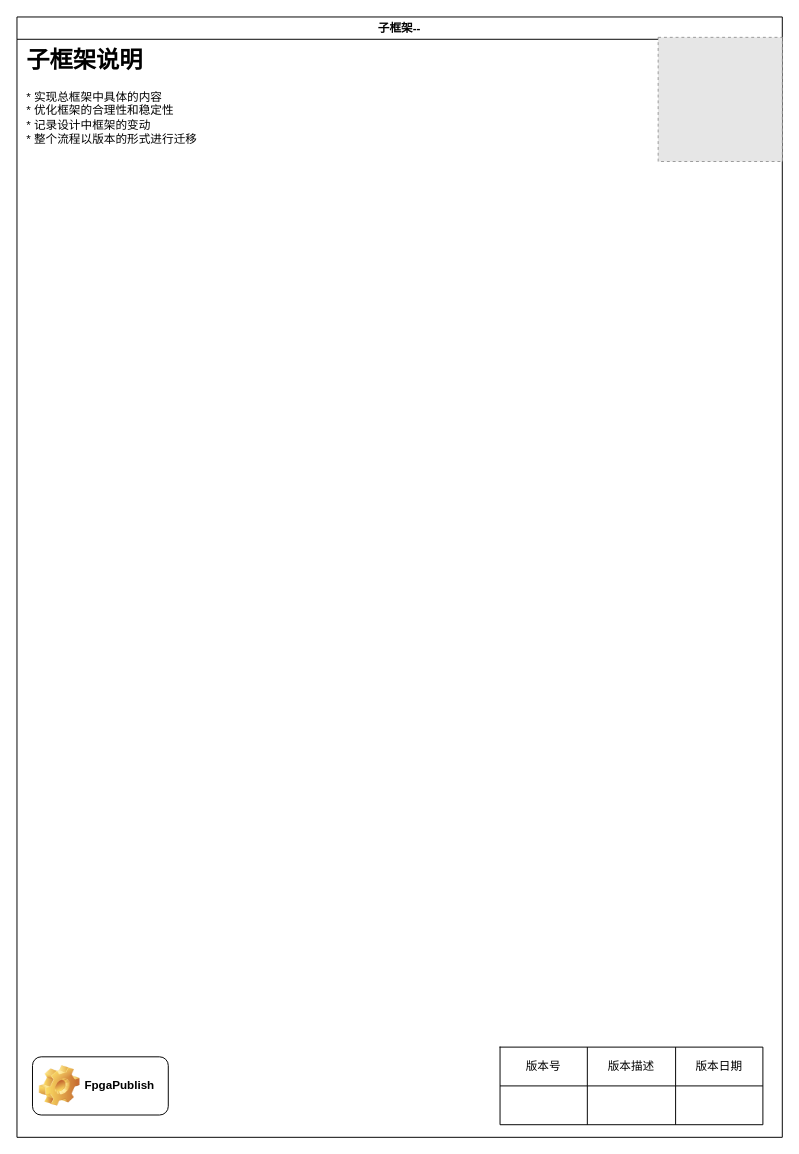
Above: page "子框架1--算法开发" (2 of 3) of smart_eye_exec_flow/smart_eye_flow_manual.drawio in FpgaPublish/k2_smart_eye (draw.io), before the change. Source tidied: cells renumbered, new cells numbered last; positions are measured from the earlier drawing's top-left corner, leaving out a move shared by most shapes. Both pictures are drawn from the tidied source at 97%, with x=0, y=0 at pixel (16, 16). Pictures stored in the file or linked from it are replaced by grey dashed boxes.
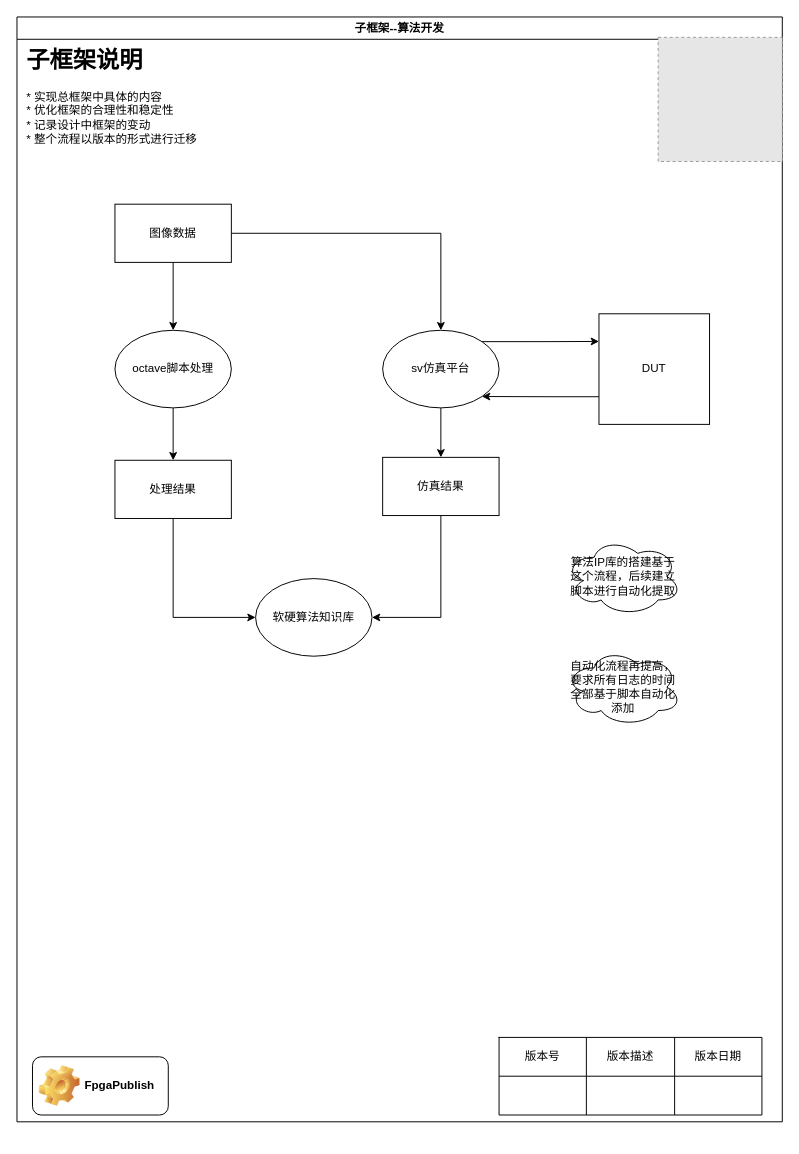
Above is the later version.

The edit, as a diff of the source:
```diff
@@
-    <mxCell id="2" value="子框架--" style="swimlane;" parent="1" vertex="1">
-      <mxGeometry width="789" height="1155" as="geometry" />
+    <mxCell id="2" value="子框架--算法开发" style="swimlane;" parent="1" vertex="1">
+      <mxGeometry width="789" height="1139" as="geometry" />
     </mxCell>
@@
     <mxCell id="5" style="shape=table;startSize=0;childLayout=tableLayout;" parent="2" vertex="1">
-      <mxGeometry x="498" y="1062" width="271" height="80" as="geometry" />
+      <mxGeometry x="497" y="1052" width="271" height="80" as="geometry" />
     </mxCell>
@@
+    <mxCell id="15" style="edgeStyle=orthogonalEdgeStyle;rounded=0;jettySize=auto;html=1;exitX=0.5;exitY=1;exitDx=0;exitDy=0;" parent="2" edge="1" source="16" target="21">
+      <mxGeometry relative="1" as="geometry" />
+    </mxCell>
+    <mxCell id="16" value="octave脚本处理" style="ellipse;whiteSpace=wrap;html=1;" parent="2" vertex="1">
+      <mxGeometry x="101" y="323" width="120" height="80" as="geometry" />
+    </mxCell>
+    <mxCell id="17" style="edgeStyle=orthogonalEdgeStyle;rounded=0;jettySize=auto;html=1;exitX=0.5;exitY=1;exitDx=0;exitDy=0;" parent="2" edge="1" source="19" target="16">
+      <mxGeometry relative="1" as="geometry" />
+    </mxCell>
+    <mxCell id="18" style="edgeStyle=orthogonalEdgeStyle;rounded=0;jettySize=auto;html=1;exitX=1;exitY=0.5;exitDx=0;exitDy=0;" parent="2" edge="1" source="19" target="24">
+      <mxGeometry relative="1" as="geometry" />
+    </mxCell>
+    <mxCell id="19" value="图像数据" style="rounded=0;whiteSpace=wrap;html=1;" parent="2" vertex="1">
+      <mxGeometry x="101" y="193" width="120" height="60" as="geometry" />
+    </mxCell>
+    <mxCell id="20" style="edgeStyle=orthogonalEdgeStyle;rounded=0;jettySize=auto;html=1;exitX=0.5;exitY=1;exitDx=0;exitDy=0;entryX=0;entryY=0.5;entryDx=0;entryDy=0;" parent="2" edge="1" source="21" target="29">
+      <mxGeometry relative="1" as="geometry" />
+    </mxCell>
+    <mxCell id="21" value="处理结果" style="rounded=0;whiteSpace=wrap;html=1;" parent="2" vertex="1">
+      <mxGeometry x="101" y="457" width="120" height="60" as="geometry" />
+    </mxCell>
+    <mxCell id="22" style="edgeStyle=orthogonalEdgeStyle;rounded=0;jettySize=auto;html=1;exitX=1;exitY=0;exitDx=0;exitDy=0;entryX=0;entryY=0.25;entryDx=0;entryDy=0;" parent="2" edge="1" source="24" target="26">
+      <mxGeometry relative="1" as="geometry" />
+    </mxCell>
+    <mxCell id="23" style="edgeStyle=orthogonalEdgeStyle;rounded=0;jettySize=auto;html=1;exitX=0.5;exitY=1;exitDx=0;exitDy=0;" parent="2" edge="1" source="24" target="28">
+      <mxGeometry relative="1" as="geometry" />
+    </mxCell>
+    <mxCell id="24" value="sv仿真平台" style="ellipse;whiteSpace=wrap;html=1;" parent="2" vertex="1">
+      <mxGeometry x="377" y="323" width="120" height="80" as="geometry" />
+    </mxCell>
+    <mxCell id="25" style="edgeStyle=orthogonalEdgeStyle;rounded=0;jettySize=auto;html=1;exitX=0;exitY=0.75;exitDx=0;exitDy=0;entryX=1;entryY=1;entryDx=0;entryDy=0;" parent="2" edge="1" source="26" target="24">
+      <mxGeometry relative="1" as="geometry" />
+    </mxCell>
+    <mxCell id="26" value="DUT" style="whiteSpace=wrap;html=1;" parent="2" vertex="1">
+      <mxGeometry x="600" y="306" width="114" height="114" as="geometry" />
+    </mxCell>
+    <mxCell id="27" style="edgeStyle=orthogonalEdgeStyle;rounded=0;jettySize=auto;html=1;exitX=0.5;exitY=1;exitDx=0;exitDy=0;entryX=1;entryY=0.5;entryDx=0;entryDy=0;" parent="2" edge="1" source="28" target="29">
+      <mxGeometry relative="1" as="geometry" />
+    </mxCell>
+    <mxCell id="28" value="仿真结果" style="rounded=0;whiteSpace=wrap;html=1;" parent="2" vertex="1">
+      <mxGeometry x="377" y="454" width="120" height="60" as="geometry" />
+    </mxCell>
+    <mxCell id="29" value="软硬算法知识库" style="ellipse;whiteSpace=wrap;html=1;" parent="2" vertex="1">
+      <mxGeometry x="246" y="579" width="120" height="80" as="geometry" />
+    </mxCell>
+    <mxCell id="30" value="算法IP库的搭建基于这个流程，后续建立脚本进行自动化提取" style="ellipse;shape=cloud;whiteSpace=wrap;html=1;" parent="2" vertex="1">
+      <mxGeometry x="565" y="537" width="120" height="80" as="geometry" />
+    </mxCell>
+    <mxCell id="31" value="自动化流程再提高，要求所有日志的时间全部基于脚本自动化添加" style="ellipse;shape=cloud;whiteSpace=wrap;html=1;" parent="2" vertex="1">
+      <mxGeometry x="565" y="651" width="120" height="80" as="geometry" />
+    </mxCell>
```
